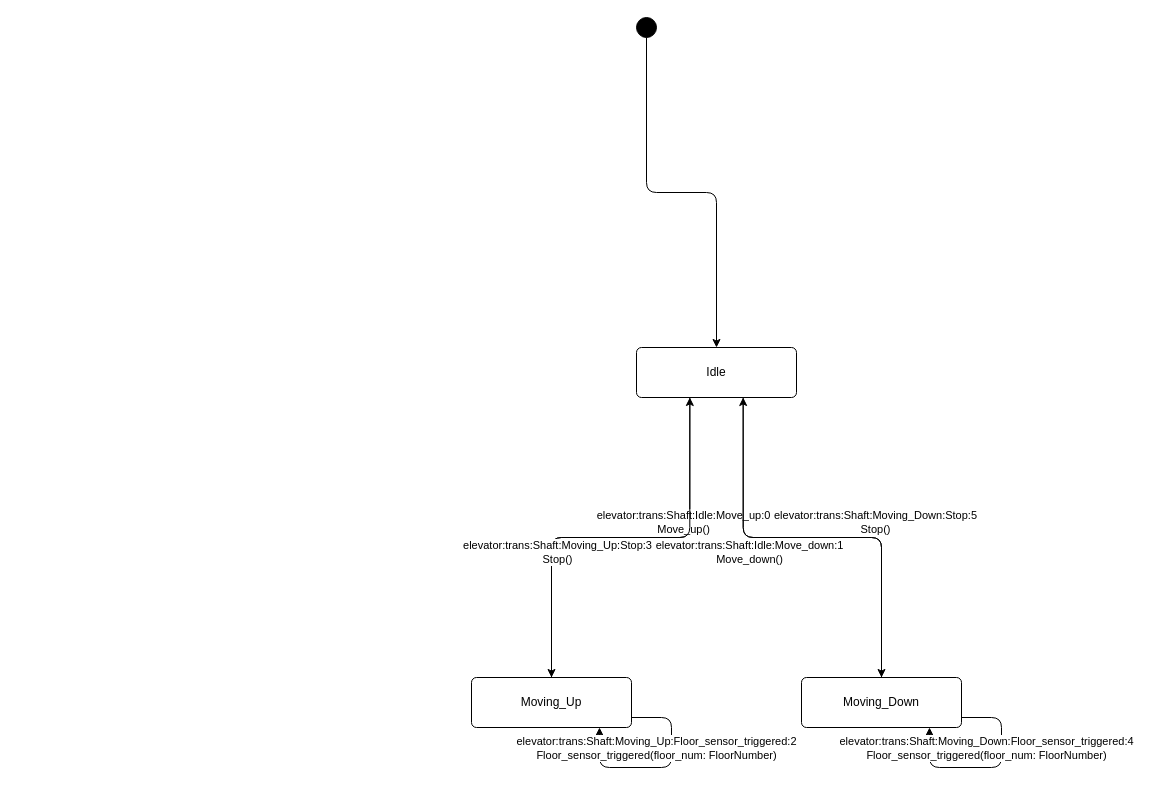
Above: examples/elevator/.design/model/diagrams/Elevator-Shaft.drawio in BChaloux-Cyn/MDF-Simulator (draw.io), before the change. Source tidied: cells renumbered, new cells numbered last; positions are measured from the earlier drawing's top-left corner, leaving out a move shared by most shapes. Both pictures are drawn from the tidied source at 100%, with x=0, y=0 at pixel (471, 17).
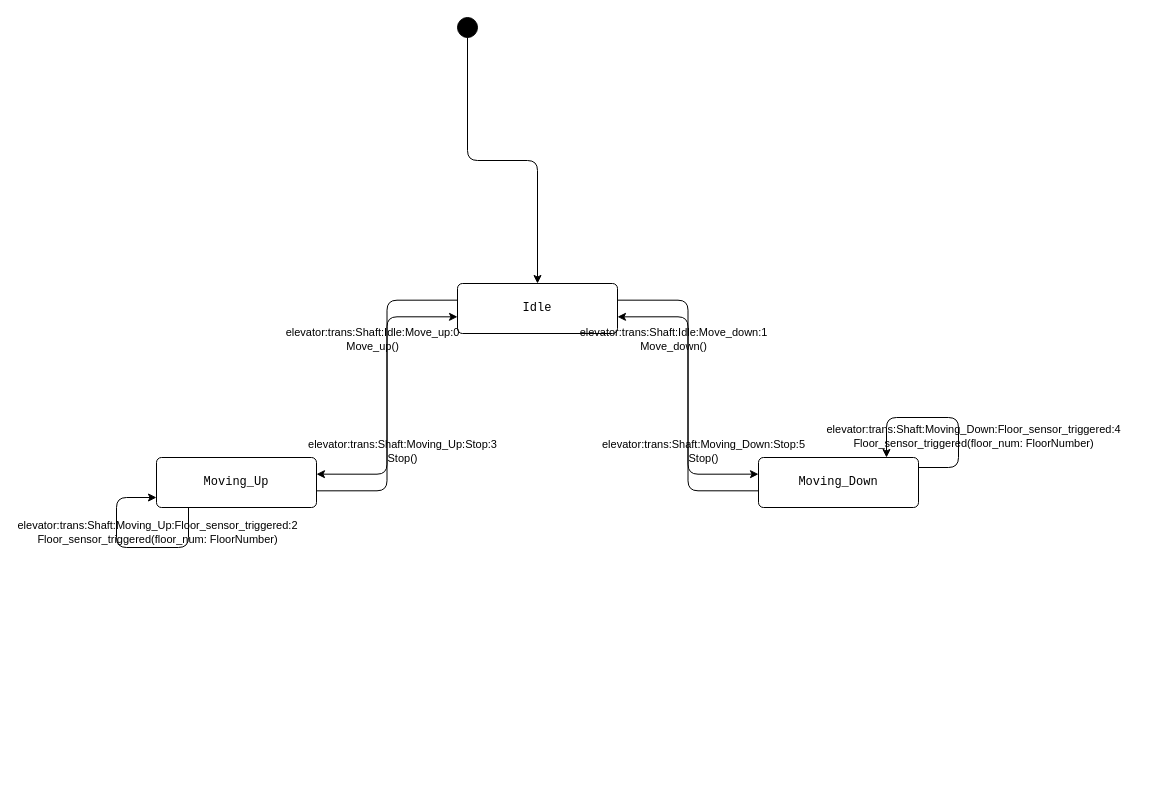
The same diagram, later.

What changed in the source:
```diff
@@
-<mxGraphModel>
+<mxGraphModel background="#FFFFFF">
   <root>
     <mxCell id="0" />
     <mxCell id="1" parent="0" />
     <mxCell id="2" style="ellipse;whiteSpace=wrap;html=1;fillColor=#000000;strokeColor=#000000;" parent="1" vertex="1">
-      <mxGeometry x="165" width="20" height="20" as="geometry" />
+      <mxGeometry x="-14" width="20" height="20" as="geometry" />
     </mxCell>
-    <mxCell id="3" value="Idle" style="rounded=1;whiteSpace=wrap;html=1;arcSize=10;" parent="1" vertex="1">
-      <mxGeometry x="165" y="330" width="160" height="50" as="geometry" />
+    <mxCell id="3" value="Idle" style="rounded=1;whiteSpace=wrap;html=1;arcSize=10;fontFamily=Courier New;" parent="1" vertex="1">
+      <mxGeometry x="-14" y="266" width="160" height="50" as="geometry" />
     </mxCell>
-    <mxCell id="4" value="Moving_Up" style="rounded=1;whiteSpace=wrap;html=1;arcSize=10;" parent="1" vertex="1">
-      <mxGeometry y="660" width="160" height="50" as="geometry" />
+    <mxCell id="4" value="Moving_Up" style="rounded=1;whiteSpace=wrap;html=1;arcSize=10;fontFamily=Courier New;" parent="1" vertex="1">
+      <mxGeometry x="-315" y="440" width="160" height="50" as="geometry" />
     </mxCell>
-    <mxCell id="5" value="Moving_Down" style="rounded=1;whiteSpace=wrap;html=1;arcSize=10;" parent="1" vertex="1">
-      <mxGeometry x="330" y="660" width="160" height="50" as="geometry" />
+    <mxCell id="5" value="Moving_Down" style="rounded=1;whiteSpace=wrap;html=1;arcSize=10;fontFamily=Courier New;" parent="1" vertex="1">
+      <mxGeometry x="287" y="440" width="160" height="50" as="geometry" />
     </mxCell>
-    <mxCell id="6" style="edgeStyle=orthogonalEdgeStyle;html=1;exitX=0.5;exitY=1.0;exitDx=0;exitDy=0;entryX=0.5;entryY=0.0;entryDx=0;entryDy=0;" parent="1" edge="1" source="2" target="3">
+    <mxCell id="6" style="edgeStyle=orthogonalEdgeStyle;html=1;labelBackgroundColor=none;exitX=0.5;exitY=1.0;exitDx=0;exitDy=0;entryX=0.5;entryY=0.0;entryDx=0;entryDy=0;" parent="1" edge="1" source="2" target="3">
       <mxGeometry relative="1" as="geometry" />
     </mxCell>
-    <mxCell id="7" value="elevator:trans:Shaft:Idle:Move_up:0&lt;br&gt;Move_up()" style="edgeStyle=orthogonalEdgeStyle;html=1;exitX=0.3333;exitY=1.0;exitDx=0;exitDy=0;entryX=0.5;entryY=0.0;entryDx=0;entryDy=0;" parent="1" edge="1" source="3" target="4">
+    <mxCell id="7" value="elevator:trans:Shaft:Idle:Move_up:0&lt;br&gt;Move_up()" style="edgeStyle=orthogonalEdgeStyle;html=1;labelBackgroundColor=none;exitX=0.0;exitY=0.3333;exitDx=0;exitDy=0;entryX=1.0;entryY=0.3333;entryDx=0;entryDy=0;" parent="1" edge="1" source="3" target="4">
       <mxGeometry x="-0.3" y="-15" relative="1" as="geometry" />
     </mxCell>
-    <mxCell id="8" value="elevator:trans:Shaft:Idle:Move_down:1&lt;br&gt;Move_down()" style="edgeStyle=orthogonalEdgeStyle;html=1;exitX=0.6667;exitY=1.0;exitDx=0;exitDy=0;entryX=0.5;entryY=0.0;entryDx=0;entryDy=0;" parent="1" edge="1" source="3" target="5">
+    <mxCell id="8" value="elevator:trans:Shaft:Idle:Move_down:1&lt;br&gt;Move_down()" style="edgeStyle=orthogonalEdgeStyle;html=1;labelBackgroundColor=none;exitX=1.0;exitY=0.3333;exitDx=0;exitDy=0;entryX=0.0;entryY=0.3333;entryDx=0;entryDy=0;" parent="1" edge="1" source="3" target="5">
       <mxGeometry x="-0.3" y="-15" relative="1" as="geometry" />
     </mxCell>
-    <mxCell id="9" value="elevator:trans:Shaft:Moving_Up:Floor_sensor_triggered:2&lt;br&gt;Floor_sensor_triggered(floor_num: FloorNumber)" style="edgeStyle=orthogonalEdgeStyle;html=1;exitX=1.0;exitY=0.8;exitDx=0;exitDy=0;entryX=0.8;entryY=1.0;entryDx=0;entryDy=0;" parent="1" edge="1" source="4" target="4">
+    <mxCell id="9" value="elevator:trans:Shaft:Moving_Up:Floor_sensor_triggered:2&lt;br&gt;Floor_sensor_triggered(floor_num: FloorNumber)" style="edgeStyle=orthogonalEdgeStyle;html=1;labelBackgroundColor=none;exitX=0.2;exitY=1.0;exitDx=0;exitDy=0;entryX=0.0;entryY=0.8;entryDx=0;entryDy=0;" parent="1" edge="1" source="4" target="4">
       <mxGeometry x="-0.3" y="-15" relative="1" as="geometry">
         <Array as="points">
-          <mxPoint x="200" y="700" />
-          <mxPoint x="200" y="750" />
-          <mxPoint x="128" y="750" />
+          <mxPoint x="-283" y="530" />
+          <mxPoint x="-355" y="530" />
+          <mxPoint x="-355" y="480" />
         </Array>
       </mxGeometry>
     </mxCell>
-    <mxCell id="10" value="elevator:trans:Shaft:Moving_Up:Stop:3&lt;br&gt;Stop()" style="edgeStyle=orthogonalEdgeStyle;html=1;exitX=0.5;exitY=0.0;exitDx=0;exitDy=0;entryX=0.3333;entryY=1.0;entryDx=0;entryDy=0;" parent="1" edge="1" source="4" target="3">
+    <mxCell id="10" value="elevator:trans:Shaft:Moving_Up:Stop:3&lt;br&gt;Stop()" style="edgeStyle=orthogonalEdgeStyle;html=1;labelBackgroundColor=none;exitX=1.0;exitY=0.6667;exitDx=0;exitDy=0;entryX=0.0;entryY=0.6667;entryDx=0;entryDy=0;" parent="1" edge="1" source="4" target="3">
       <mxGeometry x="-0.3" y="-15" relative="1" as="geometry" />
     </mxCell>
-    <mxCell id="11" value="elevator:trans:Shaft:Moving_Down:Floor_sensor_triggered:4&lt;br&gt;Floor_sensor_triggered(floor_num: FloorNumber)" style="edgeStyle=orthogonalEdgeStyle;html=1;exitX=1.0;exitY=0.8;exitDx=0;exitDy=0;entryX=0.8;entryY=1.0;entryDx=0;entryDy=0;" parent="1" edge="1" source="5" target="5">
+    <mxCell id="11" value="elevator:trans:Shaft:Moving_Down:Floor_sensor_triggered:4&lt;br&gt;Floor_sensor_triggered(floor_num: FloorNumber)" style="edgeStyle=orthogonalEdgeStyle;html=1;labelBackgroundColor=none;exitX=1.0;exitY=0.2;exitDx=0;exitDy=0;entryX=0.8;entryY=0.0;entryDx=0;entryDy=0;" parent="1" edge="1" source="5" target="5">
       <mxGeometry x="-0.3" y="-15" relative="1" as="geometry">
         <Array as="points">
-          <mxPoint x="530" y="700" />
-          <mxPoint x="530" y="750" />
-          <mxPoint x="458" y="750" />
+          <mxPoint x="487" y="450" />
+          <mxPoint x="487" y="400" />
+          <mxPoint x="415" y="400" />
         </Array>
       </mxGeometry>
     </mxCell>
-    <mxCell id="12" value="elevator:trans:Shaft:Moving_Down:Stop:5&lt;br&gt;Stop()" style="edgeStyle=orthogonalEdgeStyle;html=1;exitX=0.5;exitY=0.0;exitDx=0;exitDy=0;entryX=0.6667;entryY=1.0;entryDx=0;entryDy=0;" parent="1" edge="1" source="5" target="3">
+    <mxCell id="12" value="elevator:trans:Shaft:Moving_Down:Stop:5&lt;br&gt;Stop()" style="edgeStyle=orthogonalEdgeStyle;html=1;labelBackgroundColor=none;exitX=0.0;exitY=0.6667;exitDx=0;exitDy=0;entryX=1.0;entryY=0.6667;entryDx=0;entryDy=0;" parent="1" edge="1" source="5" target="3">
       <mxGeometry x="-0.3" y="-15" relative="1" as="geometry" />
     </mxCell>
   </root>
 </mxGraphModel>
```
